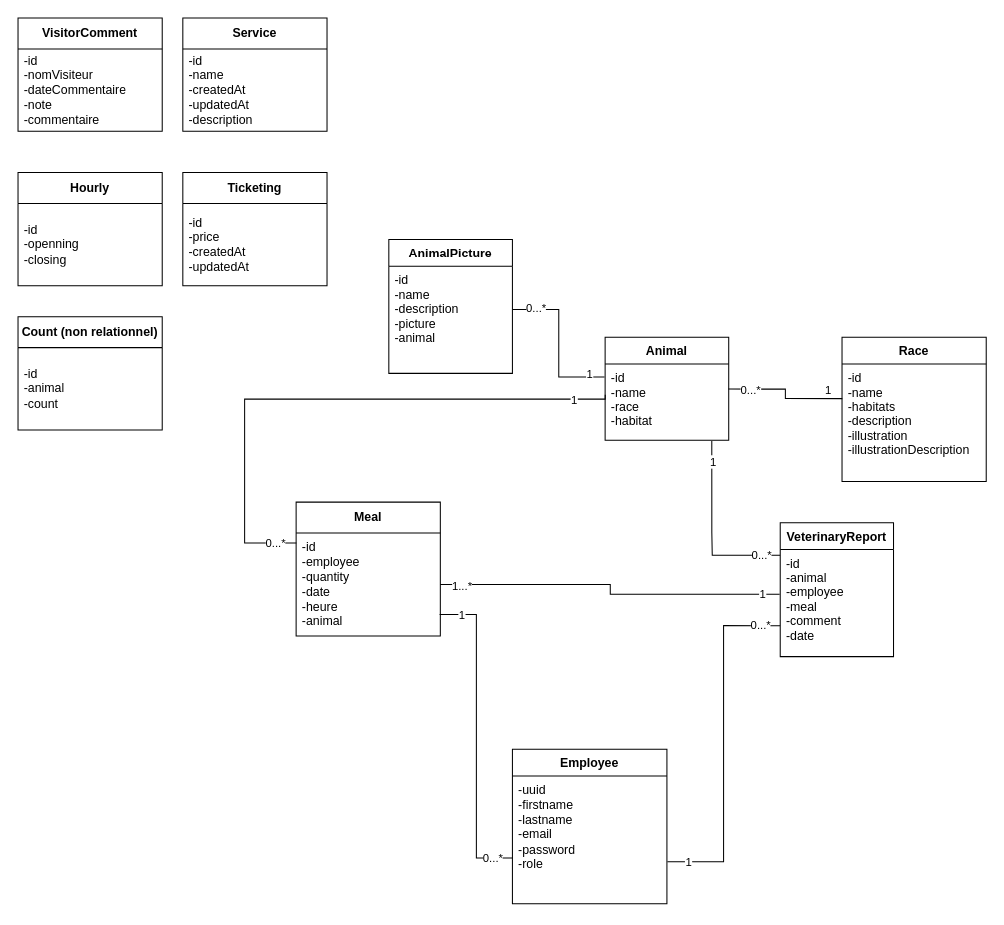
The draw.io diagram ECF - Zoo Arcadia - Diagramme de Classe.drawio in Maxence9113/Zoo-Arcadia, before the edit. Source tidied: cells renumbered, new cells numbered last; positions are measured from the earlier drawing's top-left corner, leaving out a move shared by most shapes. Both pictures are drawn from the tidied source at 103%, with x=0, y=0 at pixel (18, 18).
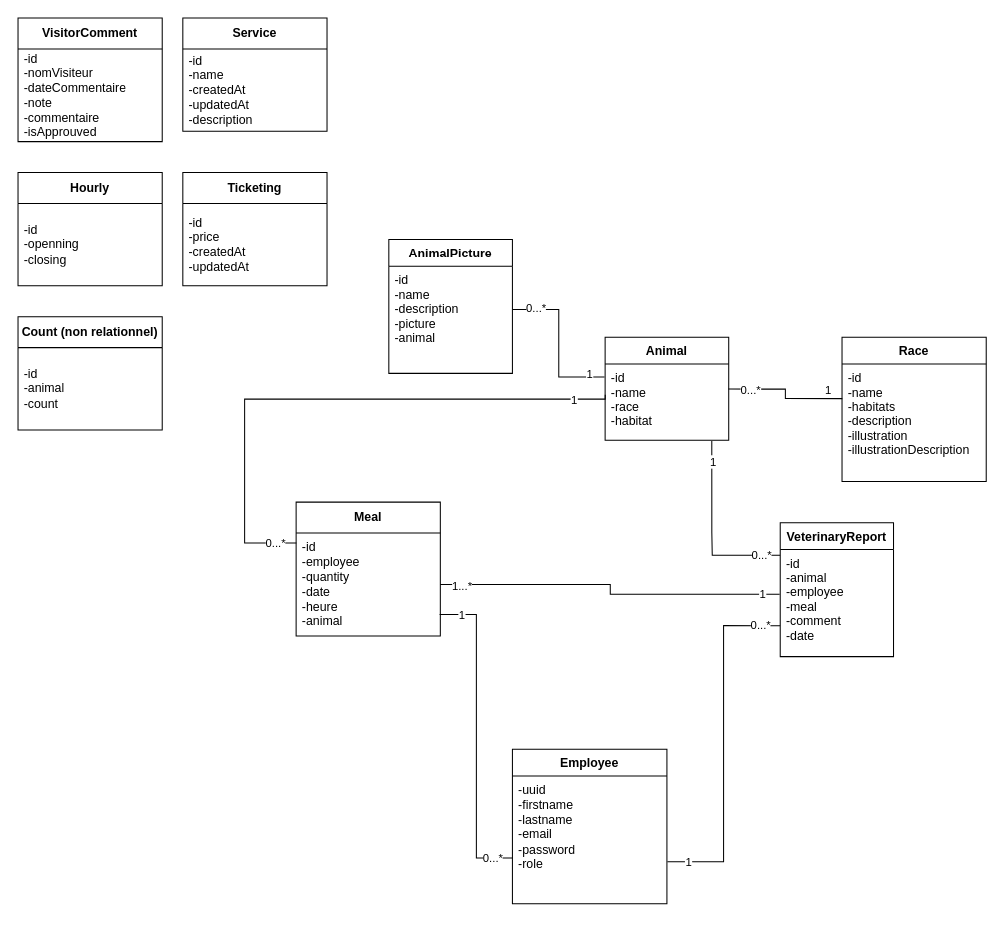
After the change.

Commit message:
Mettre à jour ECF - Zoo Arcadia - Diagramme de Classe.drawio

What changed in the source:
```diff
@@
     <mxCell id="21" value="&lt;b&gt;VisitorComment&lt;/b&gt;" style="swimlane;fontStyle=0;horizontal=1;startSize=30;whiteSpace=wrap;html=1;" parent="1" vertex="1">
-      <mxGeometry width="140" height="110" as="geometry" />
+      <mxGeometry width="140" height="120" as="geometry" />
     </mxCell>
-    <mxCell id="22" value="-id&lt;div&gt;-nomVisiteur&lt;/div&gt;&lt;div&gt;-dateCommentaire&lt;/div&gt;&lt;div&gt;-note&lt;/div&gt;&lt;div&gt;-commentaire&lt;/div&gt;" style="text;strokeColor=none;fillColor=none;align=left;verticalAlign=middle;spacingLeft=4;spacingRight=4;overflow=hidden;whiteSpace=wrap;html=1;" parent="21" vertex="1">
-      <mxGeometry y="30" width="140" height="80" as="geometry" />
+    <mxCell id="22" value="-id&lt;div&gt;-nomVisiteur&lt;/div&gt;&lt;div&gt;-dateCommentaire&lt;/div&gt;&lt;div&gt;-note&lt;/div&gt;&lt;div&gt;-commentaire&lt;/div&gt;&lt;div&gt;-isApprouved&lt;/div&gt;" style="text;strokeColor=none;fillColor=none;align=left;verticalAlign=middle;spacingLeft=4;spacingRight=4;overflow=hidden;whiteSpace=wrap;html=1;" parent="21" vertex="1">
+      <mxGeometry y="30" width="140" height="90" as="geometry" />
     </mxCell>
```
